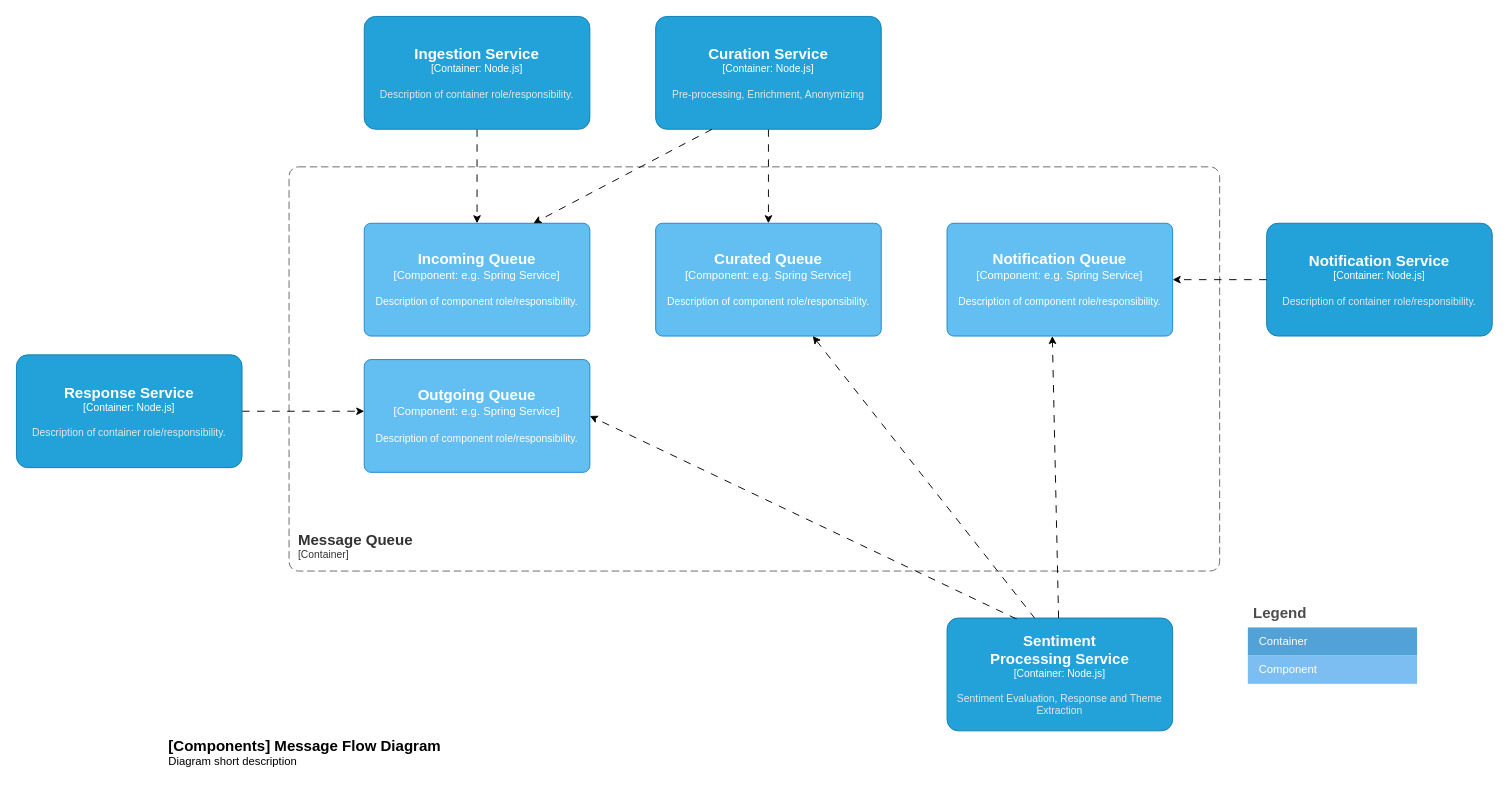
Earlier version of the draw.io diagram page "container-message-queue" (3 of 4) of docs/diagrams.drawio (fusion-platform-services/fps-blueprint-ai-sentiment-analysis-and-response). Source tidied: cells renumbered, new cells numbered last; positions are measured from the earlier drawing's top-left corner, leaving out a move shared by most shapes. Both pictures are drawn from the tidied source at 94%, with x=0, y=0 at pixel (16, 16).
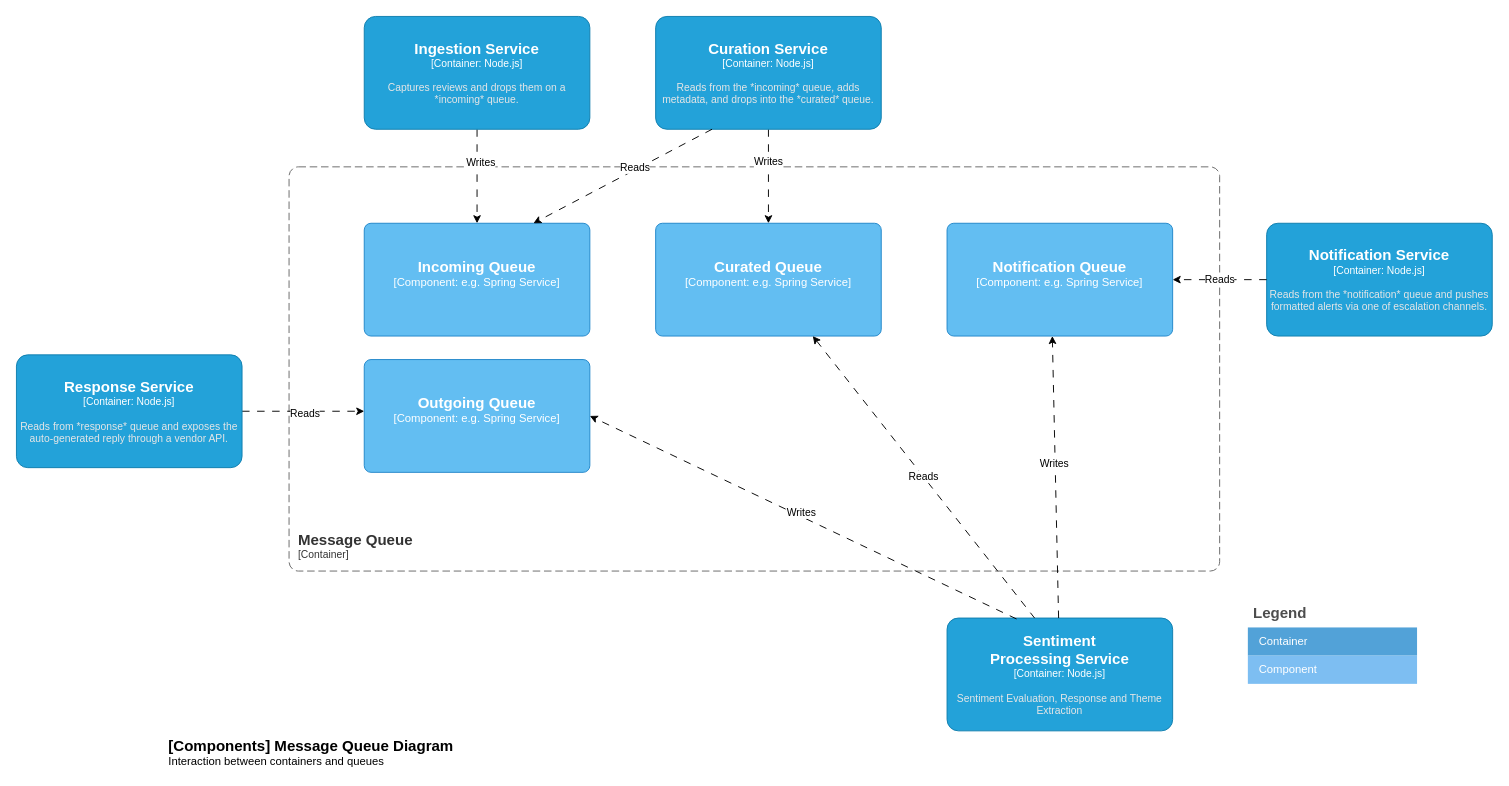
The same diagram, later.

The change refers to these unchanged cells:
```xml
<mxCell id="13" style="edgeStyle=none;rounded=0;jettySize=auto;html=1;dashed=1;dashPattern=8 8;startArrow=none;startFill=0;endArrow=classic;endFill=1;" parent="1" edge="1" source="14">
  <mxGeometry relative="1" as="geometry">
    <mxPoint x="370" y="420" as="targetPoint" />
  </mxGeometry>
</mxCell>
<mxCell id="15" style="edgeStyle=none;rounded=0;jettySize=auto;html=1;dashed=1;dashPattern=8 8;" parent="1" edge="1" source="16" target="9">
  <mxGeometry relative="1" as="geometry" />
</mxCell>
<mxCell id="18" style="edgeStyle=none;rounded=0;jettySize=auto;html=1;dashed=1;dashPattern=8 8;" parent="1" edge="1" source="19" target="10">
  <mxGeometry relative="1" as="geometry" />
</mxCell>
<object id="20" label="&lt;font style=&quot;font-size: 16px&quot;&gt;&lt;b&gt;%c4Name%&lt;/b&gt;&lt;/font&gt;&lt;div&gt;[%c4Type%: %c4Technology%]&lt;/div&gt;&lt;br&gt;&lt;div&gt;&lt;font style=&quot;font-size: 11px&quot;&gt;&lt;font color=&quot;#E6E6E6&quot;&gt;%c4Description%&lt;/font&gt;&lt;/div&gt;" c4Description="Sentiment Evaluation, Response and Theme Extraction" c4Name="Sentiment&#10;Processing Service" c4Technology="Node.js" c4Type="Container" placeholders="1">
  <mxCell style="rounded=1;whiteSpace=wrap;html=1;fontSize=11;labelBackgroundColor=none;fillColor=#23A2D9;fontColor=#ffffff;align=center;arcSize=10;strokeColor=#0E7DAD;points=[[0.25,0,0],[0.5,0,0],[0.75,0,0],[1,0.25,0],[1,0.5,0],[1,0.75,0],[0.75,1,0],[0.5,1,0],[0.25,1,0],[0,0.75,0],[0,0.5,0],[0,0.25,0]];" parent="1" vertex="1">
    <mxGeometry x="990" y="640" width="240" height="120" as="geometry" />
  </mxCell>
</object>
<mxCell id="21" style="edgeStyle=none;rounded=0;jettySize=auto;html=1;dashed=1;dashPattern=8 8;" parent="1" edge="1" source="20">
  <mxGeometry relative="1" as="geometry">
    <mxPoint x="1102" y="340" as="targetPoint" />
  </mxGeometry>
</mxCell>
<mxCell id="23" style="edgeStyle=none;rounded=0;jettySize=auto;html=1;dashed=1;dashPattern=8 8;exitX=0.308;exitY=0.008;exitDx=0;exitDy=0;exitPerimeter=0;entryX=1;entryY=0.5;entryDx=0;entryDy=0;entryPerimeter=0;" parent="1" edge="1" source="20" target="12">
  <mxGeometry relative="1" as="geometry" />
</mxCell>
<mxCell id="24" style="edgeStyle=none;rounded=0;jettySize=auto;html=1;entryX=0.75;entryY=0;entryDx=0;entryDy=0;entryPerimeter=0;dashed=1;dashPattern=8 8;exitX=0.25;exitY=1;exitDx=0;exitDy=0;exitPerimeter=0;startArrow=none;startFill=0;endArrow=classic;endFill=1;" parent="1" edge="1" source="19" target="9">
  <mxGeometry relative="1" as="geometry" />
</mxCell>
```

What changed in the source:
```diff
@@
-    <object id="8" label="&lt;font style=&quot;font-size: 16px&quot;&gt;&lt;b&gt;&lt;div style=&quot;text-align: left&quot;&gt;%c4Name%&lt;/div&gt;&lt;/b&gt;&lt;/font&gt;&lt;div style=&quot;text-align: left&quot;&gt;%c4Description%&lt;/div&gt;" c4Description="Diagram short description" c4Name="[Components] Message Flow Diagram" placeholders="1">
+    <object id="8" label="&lt;font style=&quot;font-size: 16px&quot;&gt;&lt;b&gt;&lt;div style=&quot;text-align: left&quot;&gt;%c4Name%&lt;/div&gt;&lt;/b&gt;&lt;/font&gt;&lt;div style=&quot;text-align: left&quot;&gt;%c4Description%&lt;/div&gt;" c4Description="Interaction between containers and queues" c4Name="[Components] Message Queue Diagram" placeholders="1">
       <mxCell style="text;html=1;strokeColor=none;fillColor=none;align=left;verticalAlign=top;whiteSpace=wrap;rounded=0;" parent="1" vertex="1">
         <mxGeometry x="160" y="760" width="330" height="40" as="geometry" />
       </mxCell>
     </object>
-    <object id="9" label="&lt;font style=&quot;font-size: 16px&quot;&gt;&lt;b&gt;%c4Name%&lt;/b&gt;&lt;/font&gt;&lt;div&gt;[%c4Type%: %c4Technology%]&lt;/div&gt;&lt;br&gt;&lt;div&gt;&lt;font style=&quot;font-size: 11px&quot;&gt;%c4Description%&lt;/font&gt;&lt;/div&gt;" c4Description="Description of component role/responsibility." c4Name="Incoming Queue" c4Technology="e.g. Spring Service" c4Type="Component" placeholders="1">
+    <object id="9" label="&lt;font style=&quot;font-size: 16px&quot;&gt;&lt;b&gt;%c4Name%&lt;/b&gt;&lt;/font&gt;&lt;div&gt;[%c4Type%: %c4Technology%]&lt;/div&gt;&lt;br&gt;&lt;div&gt;&lt;font style=&quot;font-size: 11px&quot;&gt;%c4Description%&lt;/font&gt;&lt;/div&gt;" c4Description="" c4Name="Incoming Queue" c4Technology="e.g. Spring Service" c4Type="Component" placeholders="1">
       <mxCell style="rounded=1;whiteSpace=wrap;html=1;labelBackgroundColor=none;fillColor=#63BEF2;fontColor=#ffffff;align=center;arcSize=6;strokeColor=#2086C9;points=[[0.25,0,0],[0.5,0,0],[0.75,0,0],[1,0.25,0],[1,0.5,0],[1,0.75,0],[0.75,1,0],[0.5,1,0],[0.25,1,0],[0,0.75,0],[0,0.5,0],[0,0.25,0]];" parent="1" vertex="1">
         <mxGeometry x="370" y="220" width="240" height="120" as="geometry" />
       </mxCell>
     </object>
-    <object id="10" label="&lt;font style=&quot;font-size: 16px&quot;&gt;&lt;b&gt;%c4Name%&lt;/b&gt;&lt;/font&gt;&lt;div&gt;[%c4Type%: %c4Technology%]&lt;/div&gt;&lt;br&gt;&lt;div&gt;&lt;font style=&quot;font-size: 11px&quot;&gt;%c4Description%&lt;/font&gt;&lt;/div&gt;" c4Description="Description of component role/responsibility." c4Name="Curated Queue" c4Technology="e.g. Spring Service" c4Type="Component" placeholders="1">
+    <object id="10" label="&lt;font style=&quot;font-size: 16px&quot;&gt;&lt;b&gt;%c4Name%&lt;/b&gt;&lt;/font&gt;&lt;div&gt;[%c4Type%: %c4Technology%]&lt;/div&gt;&lt;br&gt;&lt;div&gt;&lt;font style=&quot;font-size: 11px&quot;&gt;%c4Description%&lt;/font&gt;&lt;/div&gt;" c4Description="" c4Name="Curated Queue" c4Technology="e.g. Spring Service" c4Type="Component" placeholders="1">
       <mxCell style="rounded=1;whiteSpace=wrap;html=1;labelBackgroundColor=none;fillColor=#63BEF2;fontColor=#ffffff;align=center;arcSize=6;strokeColor=#2086C9;points=[[0.25,0,0],[0.5,0,0],[0.75,0,0],[1,0.25,0],[1,0.5,0],[1,0.75,0],[0.75,1,0],[0.5,1,0],[0.25,1,0],[0,0.75,0],[0,0.5,0],[0,0.25,0]];" parent="1" vertex="1">
         <mxGeometry x="680" y="220" width="240" height="120" as="geometry" />
       </mxCell>
     </object>
-    <object id="11" label="&lt;font style=&quot;font-size: 16px&quot;&gt;&lt;b&gt;%c4Name%&lt;/b&gt;&lt;/font&gt;&lt;div&gt;[%c4Type%: %c4Technology%]&lt;/div&gt;&lt;br&gt;&lt;div&gt;&lt;font style=&quot;font-size: 11px&quot;&gt;%c4Description%&lt;/font&gt;&lt;/div&gt;" c4Description="Description of component role/responsibility." c4Name="Notification Queue" c4Technology="e.g. Spring Service" c4Type="Component" placeholders="1">
+    <object id="11" label="&lt;font style=&quot;font-size: 16px&quot;&gt;&lt;b&gt;%c4Name%&lt;/b&gt;&lt;/font&gt;&lt;div&gt;[%c4Type%: %c4Technology%]&lt;/div&gt;&lt;br&gt;&lt;div&gt;&lt;font style=&quot;font-size: 11px&quot;&gt;%c4Description%&lt;/font&gt;&lt;/div&gt;" c4Description="" c4Name="Notification Queue" c4Technology="e.g. Spring Service" c4Type="Component" placeholders="1">
       <mxCell style="rounded=1;whiteSpace=wrap;html=1;labelBackgroundColor=none;fillColor=#63BEF2;fontColor=#ffffff;align=center;arcSize=6;strokeColor=#2086C9;points=[[0.25,0,0],[0.5,0,0],[0.75,0,0],[1,0.25,0],[1,0.5,0],[1,0.75,0],[0.75,1,0],[0.5,1,0],[0.25,1,0],[0,0.75,0],[0,0.5,0],[0,0.25,0]];" parent="1" vertex="1">
         <mxGeometry x="990" y="220" width="240" height="120" as="geometry" />
       </mxCell>
     </object>
-    <object id="12" label="&lt;font style=&quot;font-size: 16px&quot;&gt;&lt;b&gt;%c4Name%&lt;/b&gt;&lt;/font&gt;&lt;div&gt;[%c4Type%: %c4Technology%]&lt;/div&gt;&lt;br&gt;&lt;div&gt;&lt;font style=&quot;font-size: 11px&quot;&gt;%c4Description%&lt;/font&gt;&lt;/div&gt;" c4Description="Description of component role/responsibility." c4Name="Outgoing Queue" c4Technology="e.g. Spring Service" c4Type="Component" placeholders="1">
+    <object id="12" label="&lt;font style=&quot;font-size: 16px&quot;&gt;&lt;b&gt;%c4Name%&lt;/b&gt;&lt;/font&gt;&lt;div&gt;[%c4Type%: %c4Technology%]&lt;/div&gt;&lt;br&gt;&lt;div&gt;&lt;font style=&quot;font-size: 11px&quot;&gt;%c4Description%&lt;/font&gt;&lt;/div&gt;" c4Description="" c4Name="Outgoing Queue" c4Technology="e.g. Spring Service" c4Type="Component" placeholders="1">
       <mxCell style="rounded=1;whiteSpace=wrap;html=1;labelBackgroundColor=none;fillColor=#63BEF2;fontColor=#ffffff;align=center;arcSize=6;strokeColor=#2086C9;points=[[0.25,0,0],[0.5,0,0],[0.75,0,0],[1,0.25,0],[1,0.5,0],[1,0.75,0],[0.75,1,0],[0.5,1,0],[0.25,1,0],[0,0.75,0],[0,0.5,0],[0,0.25,0]];" parent="1" vertex="1">
         <mxGeometry x="370" y="365" width="240" height="120" as="geometry" />
       </mxCell>
     </object>
@@
+    <mxCell id="26" value="Reads" style="edgeLabel;html=1;align=center;verticalAlign=middle;" parent="13" vertex="1">
+      <mxGeometry x="0.02" y="-2" relative="1" as="geometry" />
+    </mxCell>
-    <object id="14" label="&lt;font style=&quot;font-size: 16px&quot;&gt;&lt;b&gt;%c4Name%&lt;/b&gt;&lt;/font&gt;&lt;div&gt;[%c4Type%: %c4Technology%]&lt;/div&gt;&lt;br&gt;&lt;div&gt;&lt;font style=&quot;font-size: 11px&quot;&gt;&lt;font color=&quot;#E6E6E6&quot;&gt;%c4Description%&lt;/font&gt;&lt;/div&gt;" c4Description="Description of container role/responsibility." c4Name="Response Service" c4Technology="Node.js" c4Type="Container" placeholders="1">
+    <object id="14" label="&lt;font style=&quot;font-size: 16px&quot;&gt;&lt;b&gt;%c4Name%&lt;/b&gt;&lt;/font&gt;&lt;div&gt;[%c4Type%: %c4Technology%]&lt;/div&gt;&lt;br&gt;&lt;div&gt;&lt;font style=&quot;font-size: 11px&quot;&gt;&lt;font color=&quot;#E6E6E6&quot;&gt;%c4Description%&lt;/font&gt;&lt;/div&gt;" c4Description="Reads from *response* queue and exposes the auto-generated reply through a vendor API." c4Name="Response Service" c4Technology="Node.js" c4Type="Container" placeholders="1">
       <mxCell style="rounded=1;whiteSpace=wrap;html=1;fontSize=11;labelBackgroundColor=none;fillColor=#23A2D9;fontColor=#ffffff;align=center;arcSize=10;strokeColor=#0E7DAD;points=[[0.25,0,0],[0.5,0,0],[0.75,0,0],[1,0.25,0],[1,0.5,0],[1,0.75,0],[0.75,1,0],[0.5,1,0],[0.25,1,0],[0,0.75,0],[0,0.5,0],[0,0.25,0]];" parent="1" vertex="1">
         <mxGeometry y="360" width="240" height="120" as="geometry" />
       </mxCell>
     </object>
@@
+    <mxCell id="27" value="Writes" style="edgeLabel;html=1;align=center;verticalAlign=middle;" parent="15" vertex="1">
+      <mxGeometry x="-0.3" y="3" relative="1" as="geometry" />
+    </mxCell>
-    <object id="16" label="&lt;font style=&quot;font-size: 16px&quot;&gt;&lt;b&gt;%c4Name%&lt;/b&gt;&lt;/font&gt;&lt;div&gt;[%c4Type%: %c4Technology%]&lt;/div&gt;&lt;br&gt;&lt;div&gt;&lt;font style=&quot;font-size: 11px&quot;&gt;&lt;font color=&quot;#E6E6E6&quot;&gt;%c4Description%&lt;/font&gt;&lt;/div&gt;" c4Description="Description of container role/responsibility." c4Name="Ingestion Service" c4Technology="Node.js" c4Type="Container" placeholders="1">
+    <object id="16" label="&lt;font style=&quot;font-size: 16px&quot;&gt;&lt;b&gt;%c4Name%&lt;/b&gt;&lt;/font&gt;&lt;div&gt;[%c4Type%: %c4Technology%]&lt;/div&gt;&lt;br&gt;&lt;div&gt;&lt;font style=&quot;font-size: 11px&quot;&gt;&lt;font color=&quot;#E6E6E6&quot;&gt;%c4Description%&lt;/font&gt;&lt;/div&gt;" c4Description="Captures reviews and drops them on a *incoming* queue." c4Name="Ingestion Service" c4Technology="Node.js" c4Type="Container" placeholders="1">
       <mxCell style="rounded=1;whiteSpace=wrap;html=1;fontSize=11;labelBackgroundColor=none;fillColor=#23A2D9;fontColor=#ffffff;align=center;arcSize=10;strokeColor=#0E7DAD;points=[[0.25,0,0],[0.5,0,0],[0.75,0,0],[1,0.25,0],[1,0.5,0],[1,0.75,0],[0.75,1,0],[0.5,1,0],[0.25,1,0],[0,0.75,0],[0,0.5,0],[0,0.25,0]];" parent="1" vertex="1">
         <mxGeometry x="370" width="240" height="120" as="geometry" />
       </mxCell>
     </object>
-    <object id="17" label="&lt;font style=&quot;font-size: 16px&quot;&gt;&lt;b&gt;%c4Name%&lt;/b&gt;&lt;/font&gt;&lt;div&gt;[%c4Type%: %c4Technology%]&lt;/div&gt;&lt;br&gt;&lt;div&gt;&lt;font style=&quot;font-size: 11px&quot;&gt;&lt;font color=&quot;#E6E6E6&quot;&gt;%c4Description%&lt;/font&gt;&lt;/div&gt;" c4Description="Description of container role/responsibility." c4Name="Notification Service" c4Technology="Node.js" c4Type="Container" placeholders="1">
+    <object id="17" label="&lt;font style=&quot;font-size: 16px&quot;&gt;&lt;b&gt;%c4Name%&lt;/b&gt;&lt;/font&gt;&lt;div&gt;[%c4Type%: %c4Technology%]&lt;/div&gt;&lt;br&gt;&lt;div&gt;&lt;font style=&quot;font-size: 11px&quot;&gt;&lt;font color=&quot;#E6E6E6&quot;&gt;%c4Description%&lt;/font&gt;&lt;/div&gt;" c4Description="Reads from the *notification* queue and pushes formatted alerts via one of escalation channels." c4Name="Notification Service" c4Technology="Node.js" c4Type="Container" placeholders="1">
       <mxCell style="rounded=1;whiteSpace=wrap;html=1;fontSize=11;labelBackgroundColor=none;fillColor=#23A2D9;fontColor=#ffffff;align=center;arcSize=10;strokeColor=#0E7DAD;points=[[0.25,0,0],[0.5,0,0],[0.75,0,0],[1,0.25,0],[1,0.5,0],[1,0.75,0],[0.75,1,0],[0.5,1,0],[0.25,1,0],[0,0.75,0],[0,0.5,0],[0,0.25,0]];" parent="1" vertex="1">
         <mxGeometry x="1330" y="220" width="240" height="120" as="geometry" />
       </mxCell>
     </object>
@@
+    <mxCell id="28" value="Writes" style="edgeLabel;html=1;align=center;verticalAlign=middle;" parent="18" vertex="1">
+      <mxGeometry x="-0.32" y="-1" relative="1" as="geometry" />
+    </mxCell>
-    <object id="19" label="&lt;font style=&quot;font-size: 16px&quot;&gt;&lt;b&gt;%c4Name%&lt;/b&gt;&lt;/font&gt;&lt;div&gt;[%c4Type%: %c4Technology%]&lt;/div&gt;&lt;br&gt;&lt;div&gt;&lt;font style=&quot;font-size: 11px&quot;&gt;&lt;font color=&quot;#E6E6E6&quot;&gt;%c4Description%&lt;/font&gt;&lt;/div&gt;" c4Description="Pre-processing, Enrichment, Anonymizing" c4Name="Curation Service" c4Technology="Node.js" c4Type="Container" placeholders="1">
+    <object id="19" label="&lt;font style=&quot;font-size: 16px&quot;&gt;&lt;b&gt;%c4Name%&lt;/b&gt;&lt;/font&gt;&lt;div&gt;[%c4Type%: %c4Technology%]&lt;/div&gt;&lt;br&gt;&lt;div&gt;&lt;font style=&quot;font-size: 11px&quot;&gt;&lt;font color=&quot;#E6E6E6&quot;&gt;%c4Description%&lt;/font&gt;&lt;/div&gt;" c4Description="Reads from the *incoming* queue, adds metadata, and drops into the *curated* queue." c4Name="Curation Service" c4Technology="Node.js" c4Type="Container" placeholders="1">
       <mxCell style="rounded=1;whiteSpace=wrap;html=1;fontSize=11;labelBackgroundColor=none;fillColor=#23A2D9;fontColor=#ffffff;align=center;arcSize=10;strokeColor=#0E7DAD;points=[[0.25,0,0],[0.5,0,0],[0.75,0,0],[1,0.25,0],[1,0.5,0],[1,0.75,0],[0.75,1,0],[0.5,1,0],[0.25,1,0],[0,0.75,0],[0,0.5,0],[0,0.25,0]];" parent="1" vertex="1">
         <mxGeometry x="680" width="240" height="120" as="geometry" />
       </mxCell>
     </object>
@@
+    <mxCell id="29" value="Writes" style="edgeLabel;html=1;align=center;verticalAlign=middle;" parent="21" vertex="1">
+      <mxGeometry x="0.1" y="2" relative="1" as="geometry" />
+    </mxCell>
-    <mxCell id="22" style="edgeStyle=none;rounded=0;jettySize=auto;html=1;entryX=1;entryY=0.5;entryDx=0;entryDy=0;entryPerimeter=0;dashed=1;dashPattern=8 8;startArrow=none;startFill=0;endArrow=classic;endFill=1;" parent="1" edge="1" source="17" target="11">
+    <mxCell id="22" value="Reads" style="edgeStyle=none;rounded=0;jettySize=auto;html=1;entryX=1;entryY=0.5;entryDx=0;entryDy=0;entryPerimeter=0;dashed=1;dashPattern=8 8;startArrow=none;startFill=0;endArrow=classic;endFill=1;" parent="1" edge="1" source="17" target="11">
       <mxGeometry relative="1" as="geometry" />
     </mxCell>
@@
+    <mxCell id="30" value="Writes" style="edgeLabel;html=1;align=center;verticalAlign=middle;" parent="23" vertex="1">
+      <mxGeometry x="0.02" y="-4" relative="1" as="geometry" />
+    </mxCell>
@@
+    <mxCell id="31" value="Reads" style="edgeLabel;html=1;align=center;verticalAlign=middle;" parent="24" vertex="1">
+      <mxGeometry x="-0.14" y="-2" relative="1" as="geometry">
+        <mxPoint y="-1" as="offset" />
+      </mxGeometry>
+    </mxCell>
-    <mxCell id="25" style="edgeStyle=none;rounded=0;jettySize=auto;html=1;entryX=0.388;entryY=0;entryDx=0;entryDy=0;entryPerimeter=0;dashed=1;dashPattern=8 8;startArrow=classic;startFill=1;endArrow=none;endFill=0;" parent="1" edge="1" source="10" target="20">
+    <mxCell id="25" value="Reads" style="edgeStyle=none;rounded=0;jettySize=auto;html=1;entryX=0.388;entryY=0;entryDx=0;entryDy=0;entryPerimeter=0;dashed=1;dashPattern=8 8;startArrow=classic;startFill=1;endArrow=none;endFill=0;" parent="1" edge="1" source="10" target="20">
       <mxGeometry relative="1" as="geometry" />
     </mxCell>
```
